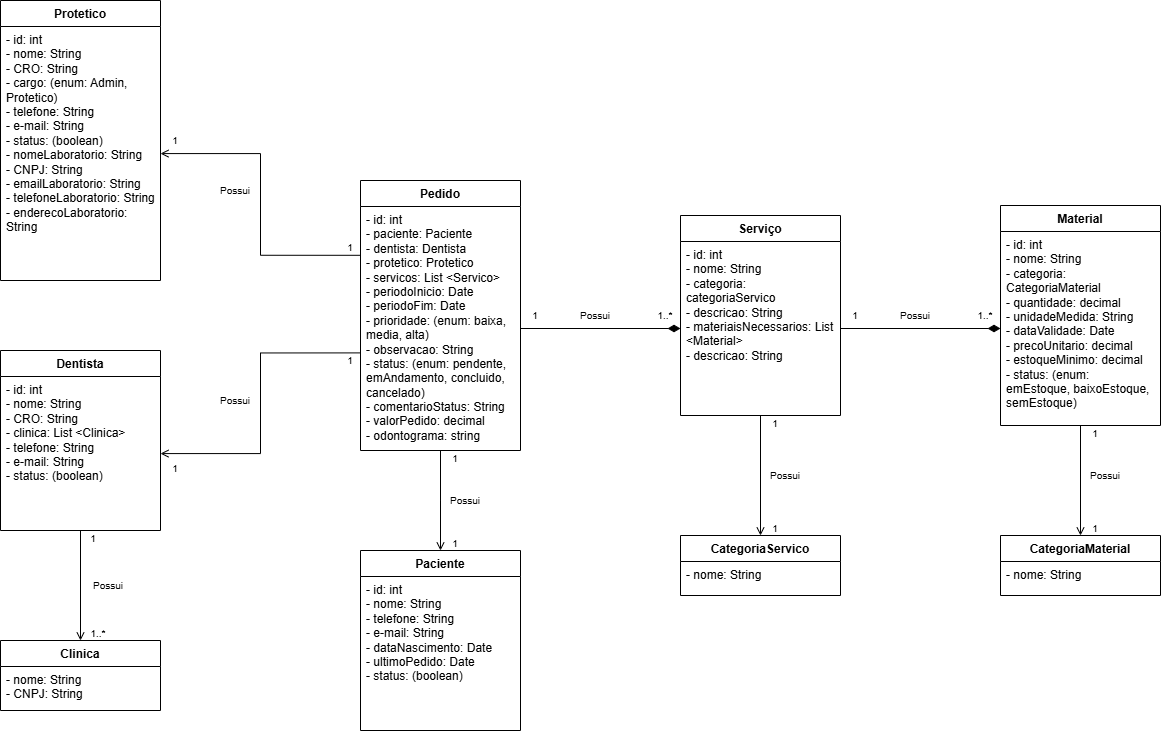
dental-sync/dental-sync keeps this draw.io diagram as diagramas/imgs/diagrama_classe.drawio.png. Above is the earlier version. Source tidied: cells renumbered, new cells last; positions are measured from the earlier drawing's top-left corner, leaving out a move shared by most shapes. The source it was exported from:
```xml
<mxGraphModel>
  <root>
    <mxCell id="0" />
    <mxCell id="1" parent="0" />
    <mxCell id="2" value="Protetico" style="swimlane;fontStyle=1;align=center;verticalAlign=top;horizontal=1;startSize=26;whiteSpace=wrap;html=1;" parent="1" vertex="1">
      <mxGeometry width="160" height="280" as="geometry" />
    </mxCell>
    <mxCell id="3" value="- id: int&lt;div&gt;- nome: String&lt;/div&gt;&lt;div&gt;- CRO: String&lt;/div&gt;&lt;div&gt;- cargo: (enum: Admin, Protetico)&lt;/div&gt;&lt;div&gt;- telefone: String&lt;/div&gt;&lt;div&gt;- e-mail: String&lt;/div&gt;&lt;div&gt;- status: (boolean)&lt;/div&gt;&lt;div&gt;&lt;div&gt;- nomeLaboratorio: String&lt;/div&gt;&lt;div&gt;- CNPJ: String&lt;/div&gt;&lt;div&gt;- emailLaboratorio: String&lt;/div&gt;&lt;div&gt;- telefoneLaboratorio: String&lt;/div&gt;&lt;div&gt;-&amp;nbsp;&lt;span style=&quot;background-color: transparent; color: light-dark(rgb(0, 0, 0), rgb(255, 255, 255));&quot;&gt;enderecoLaboratorio: String&lt;/span&gt;&lt;/div&gt;&lt;/div&gt;" style="text;strokeColor=none;fillColor=none;align=left;verticalAlign=top;spacingLeft=4;spacingRight=4;overflow=hidden;points=[[0,0.5],[1,0.5]];portConstraint=eastwest;whiteSpace=wrap;html=1;" parent="2" vertex="1">
      <mxGeometry y="26" width="160" height="254" as="geometry" />
    </mxCell>
    <mxCell id="4" value="Dentista" style="swimlane;fontStyle=1;align=center;verticalAlign=top;horizontal=1;startSize=26;whiteSpace=wrap;html=1;" parent="1" vertex="1">
      <mxGeometry y="350" width="160" height="180" as="geometry" />
    </mxCell>
    <mxCell id="5" value="- id: int&lt;div&gt;- nome: String&lt;/div&gt;&lt;div&gt;- CRO: String&lt;/div&gt;&lt;div&gt;- clinica: List &amp;lt;Clinica&amp;gt;&lt;/div&gt;&lt;div&gt;- telefone: String&lt;/div&gt;&lt;div&gt;- e-mail: String&lt;/div&gt;&lt;div&gt;- status: (boolean)&lt;/div&gt;" style="text;strokeColor=none;fillColor=none;align=left;verticalAlign=top;spacingLeft=4;spacingRight=4;overflow=hidden;points=[[0,0.5,0,0,0],[0.5,1,0,0,0],[1,0.5,0,0,0]];portConstraint=eastwest;whiteSpace=wrap;html=1;" parent="4" vertex="1">
      <mxGeometry y="26" width="160" height="154" as="geometry" />
    </mxCell>
    <mxCell id="6" value="Paciente" style="swimlane;fontStyle=1;align=center;verticalAlign=top;horizontal=1;startSize=26;whiteSpace=wrap;html=1;" parent="1" vertex="1">
      <mxGeometry x="360" y="550" width="160" height="180" as="geometry" />
    </mxCell>
    <mxCell id="7" value="- id: int&lt;div&gt;- nome: String&lt;/div&gt;&lt;div&gt;- telefone: String&lt;/div&gt;&lt;div&gt;- e-mail: String&lt;/div&gt;&lt;div&gt;- dataNascimento: Date&lt;/div&gt;&lt;div&gt;- ultimoPedido: Date&lt;/div&gt;&lt;div&gt;- status: (boolean)&lt;/div&gt;" style="text;strokeColor=none;fillColor=none;align=left;verticalAlign=top;spacingLeft=4;spacingRight=4;overflow=hidden;whiteSpace=wrap;html=1;" parent="6" vertex="1">
      <mxGeometry y="26" width="160" height="154" as="geometry" />
    </mxCell>
    <mxCell id="8" value="Material" style="swimlane;fontStyle=1;align=center;verticalAlign=top;horizontal=1;startSize=26;whiteSpace=wrap;html=1;" parent="1" vertex="1">
      <mxGeometry x="1000" y="205" width="160" height="220" as="geometry" />
    </mxCell>
    <mxCell id="9" value="- id: int&lt;div&gt;- nome: String&lt;/div&gt;&lt;div&gt;- categoria: CategoriaMaterial&lt;/div&gt;&lt;div&gt;- quantidade: decimal&lt;/div&gt;&lt;div&gt;- unidadeMedida: String&lt;/div&gt;&lt;div&gt;- dataValidade: Date&lt;/div&gt;&lt;div&gt;- precoUnitario: decimal&lt;/div&gt;&lt;div&gt;- estoqueMinimo: decimal&lt;/div&gt;&lt;div&gt;- status: (enum: emEstoque, baixoEstoque, semEstoque)&lt;/div&gt;" style="text;strokeColor=none;fillColor=none;align=left;verticalAlign=top;spacingLeft=4;spacingRight=4;overflow=hidden;points=[[0,0.5,0,0,0],[0.5,1,0,0,0],[1,0.5,0,0,0]];portConstraint=eastwest;whiteSpace=wrap;html=1;" parent="8" vertex="1">
      <mxGeometry y="26" width="160" height="194" as="geometry" />
    </mxCell>
    <mxCell id="10" value="Serviço" style="swimlane;fontStyle=1;align=center;verticalAlign=top;horizontal=1;startSize=26;whiteSpace=wrap;html=1;" parent="1" vertex="1">
      <mxGeometry x="680" y="215" width="160" height="200" as="geometry" />
    </mxCell>
    <mxCell id="11" value="- id: int&lt;div&gt;- nome: String&lt;/div&gt;&lt;div&gt;- categoria: categoriaServico&lt;br&gt;&lt;/div&gt;&lt;div&gt;- descricao: String&lt;/div&gt;&lt;div&gt;- materiaisNecessarios: List &amp;lt;Material&amp;gt;&lt;/div&gt;&lt;div&gt;- descricao: String&lt;/div&gt;" style="text;strokeColor=none;fillColor=none;align=left;verticalAlign=top;spacingLeft=4;spacingRight=4;overflow=hidden;points=[[0,0.5,0,0,0],[0.5,1,0,0,0],[1,0.5,0,0,0]];portConstraint=eastwest;whiteSpace=wrap;html=1;" parent="10" vertex="1">
      <mxGeometry y="26" width="160" height="174" as="geometry" />
    </mxCell>
    <mxCell id="12" value="Pedido" style="swimlane;fontStyle=1;align=center;verticalAlign=top;horizontal=1;startSize=26;whiteSpace=wrap;html=1;" parent="1" vertex="1">
      <mxGeometry x="360" y="180" width="160" height="270" as="geometry" />
    </mxCell>
    <mxCell id="13" value="- id: int&lt;div&gt;- paciente: Paciente&lt;/div&gt;&lt;div&gt;- dentista: Dentista&lt;/div&gt;&lt;div&gt;- protetico: Protetico&lt;/div&gt;&lt;div&gt;- servicos: List &amp;lt;Servico&amp;gt;&lt;/div&gt;&lt;div&gt;- periodoInicio: Date&lt;/div&gt;&lt;div&gt;- periodoFim: Date&lt;/div&gt;&lt;div&gt;- prioridade: (enum: baixa, media, alta)&lt;/div&gt;&lt;div&gt;- observacao: String&lt;/div&gt;&lt;div&gt;- status: (enum: pendente, emAndamento, concluido, cancelado)&lt;/div&gt;&lt;div&gt;- comentarioStatus: String&lt;/div&gt;&lt;div&gt;- valorPedido: decimal&lt;/div&gt;&lt;div&gt;- odontograma: string&lt;/div&gt;" style="text;strokeColor=none;fillColor=none;align=left;verticalAlign=top;spacingLeft=4;spacingRight=4;overflow=hidden;points=[[0,0.2,0,0,0],[0,0.4,0,0,0],[0,0.5,0,0,0],[0,0.6,0,0,0],[0,0.8,0,0,0],[0.5,1,0,0,0],[1,0.5,0,0,0]];portConstraint=eastwest;whiteSpace=wrap;html=1;" parent="12" vertex="1">
      <mxGeometry y="26" width="160" height="244" as="geometry" />
    </mxCell>
    <mxCell id="14" value="CategoriaMaterial" style="swimlane;fontStyle=1;align=center;verticalAlign=top;horizontal=1;startSize=26;whiteSpace=wrap;html=1;" parent="1" vertex="1">
      <mxGeometry x="1000" y="535" width="160" height="60" as="geometry" />
    </mxCell>
    <mxCell id="15" value="- nome: String" style="text;strokeColor=none;fillColor=none;align=left;verticalAlign=top;spacingLeft=4;spacingRight=4;overflow=hidden;whiteSpace=wrap;html=1;" parent="14" vertex="1">
      <mxGeometry y="26" width="160" height="34" as="geometry" />
    </mxCell>
    <mxCell id="16" value="CategoriaServico" style="swimlane;fontStyle=1;align=center;verticalAlign=top;horizontal=1;startSize=26;whiteSpace=wrap;html=1;" parent="1" vertex="1">
      <mxGeometry x="680" y="535" width="160" height="60" as="geometry" />
    </mxCell>
    <mxCell id="17" value="- nome: String" style="text;strokeColor=none;fillColor=none;align=left;verticalAlign=top;spacingLeft=4;spacingRight=4;overflow=hidden;whiteSpace=wrap;html=1;" parent="16" vertex="1">
      <mxGeometry y="26" width="160" height="34" as="geometry" />
    </mxCell>
    <mxCell id="18" value="Clinica" style="swimlane;fontStyle=1;align=center;verticalAlign=top;horizontal=1;startSize=26;whiteSpace=wrap;html=1;" parent="1" vertex="1">
      <mxGeometry y="640" width="160" height="70" as="geometry" />
    </mxCell>
    <mxCell id="19" value="- nome: String&lt;div&gt;- CNPJ: String&lt;/div&gt;" style="text;strokeColor=none;fillColor=none;align=left;verticalAlign=top;spacingLeft=4;spacingRight=4;overflow=hidden;whiteSpace=wrap;html=1;" parent="18" vertex="1">
      <mxGeometry y="26" width="160" height="44" as="geometry" />
    </mxCell>
    <mxCell id="20" value="Possui" style="text;html=1;align=center;verticalAlign=middle;whiteSpace=wrap;rounded=0;fontSize=10;" parent="1" vertex="1">
      <mxGeometry x="83" y="575" width="50" height="20" as="geometry" />
    </mxCell>
    <mxCell id="21" style="edgeStyle=orthogonalEdgeStyle;rounded=0;jettySize=auto;html=1;entryX=0.5;entryY=1;entryDx=0;entryDy=0;entryPerimeter=0;endArrow=none;startFill=0;startArrow=open;" parent="1" edge="1" source="18" target="5">
      <mxGeometry relative="1" as="geometry" />
    </mxCell>
    <mxCell id="22" style="edgeStyle=orthogonalEdgeStyle;rounded=0;jettySize=auto;html=1;entryX=0.5;entryY=1;entryDx=0;entryDy=0;entryPerimeter=0;endArrow=none;startFill=0;startArrow=open;" parent="1" edge="1" source="6">
      <mxGeometry relative="1" as="geometry">
        <mxPoint x="440" y="450" as="targetPoint" />
      </mxGeometry>
    </mxCell>
    <mxCell id="23" value="Possui" style="text;html=1;align=center;verticalAlign=middle;whiteSpace=wrap;rounded=0;fontSize=10;" parent="1" vertex="1">
      <mxGeometry x="440" y="490" width="50" height="20" as="geometry" />
    </mxCell>
    <mxCell id="24" style="edgeStyle=orthogonalEdgeStyle;rounded=0;jettySize=auto;html=1;entryX=1;entryY=0.5;entryDx=0;entryDy=0;endArrow=none;startFill=1;startSize=10;startArrow=diamondThin;endFill=0;" parent="1" edge="1" source="9" target="11">
      <mxGeometry relative="1" as="geometry" />
    </mxCell>
    <mxCell id="25" style="edgeStyle=orthogonalEdgeStyle;rounded=0;jettySize=auto;html=1;entryX=0.5;entryY=1;entryDx=0;entryDy=0;entryPerimeter=0;endArrow=none;startFill=0;startArrow=open;" parent="1" edge="1" source="16" target="11">
      <mxGeometry relative="1" as="geometry" />
    </mxCell>
    <mxCell id="26" style="edgeStyle=orthogonalEdgeStyle;rounded=0;jettySize=auto;html=1;entryX=0.5;entryY=1;entryDx=0;entryDy=0;entryPerimeter=0;endArrow=none;startFill=0;startArrow=open;" parent="1" edge="1" source="14" target="9">
      <mxGeometry relative="1" as="geometry" />
    </mxCell>
    <mxCell id="27" value="Possui" style="text;html=1;align=center;verticalAlign=middle;whiteSpace=wrap;rounded=0;fontSize=10;" parent="1" vertex="1">
      <mxGeometry x="760" y="465" width="50" height="20" as="geometry" />
    </mxCell>
    <mxCell id="28" value="Possui" style="text;html=1;align=center;verticalAlign=middle;whiteSpace=wrap;rounded=0;fontSize=10;" parent="1" vertex="1">
      <mxGeometry x="1080" y="465" width="50" height="20" as="geometry" />
    </mxCell>
    <mxCell id="29" style="edgeStyle=orthogonalEdgeStyle;rounded=0;jettySize=auto;html=1;entryX=1;entryY=0.5;entryDx=0;entryDy=0;entryPerimeter=0;endArrow=none;startFill=1;startArrow=diamondThin;startSize=10;" parent="1" edge="1" source="11" target="13">
      <mxGeometry relative="1" as="geometry" />
    </mxCell>
    <mxCell id="30" style="edgeStyle=orthogonalEdgeStyle;rounded=0;jettySize=auto;html=1;entryX=0;entryY=0.6;entryDx=0;entryDy=0;entryPerimeter=0;endArrow=none;startFill=0;startArrow=open;" parent="1" edge="1" source="5" target="13">
      <mxGeometry relative="1" as="geometry" />
    </mxCell>
    <mxCell id="31" style="edgeStyle=orthogonalEdgeStyle;rounded=0;jettySize=auto;html=1;entryX=0;entryY=0.2;entryDx=0;entryDy=0;entryPerimeter=0;startArrow=open;startFill=0;endArrow=none;" parent="1" edge="1" source="3" target="13">
      <mxGeometry relative="1" as="geometry" />
    </mxCell>
    <mxCell id="32" value="Possui" style="text;html=1;align=center;verticalAlign=middle;whiteSpace=wrap;rounded=0;fontSize=10;" parent="1" vertex="1">
      <mxGeometry x="210" y="390" width="50" height="20" as="geometry" />
    </mxCell>
    <mxCell id="33" value="Possui" style="text;html=1;align=center;verticalAlign=middle;whiteSpace=wrap;rounded=0;fontSize=10;" parent="1" vertex="1">
      <mxGeometry x="210" y="180" width="50" height="20" as="geometry" />
    </mxCell>
    <mxCell id="34" value="Possui" style="text;html=1;align=center;verticalAlign=middle;whiteSpace=wrap;rounded=0;fontSize=10;" parent="1" vertex="1">
      <mxGeometry x="570" y="305" width="50" height="20" as="geometry" />
    </mxCell>
    <mxCell id="35" value="Possui" style="text;html=1;align=center;verticalAlign=middle;whiteSpace=wrap;rounded=0;fontSize=10;" parent="1" vertex="1">
      <mxGeometry x="890" y="305" width="50" height="20" as="geometry" />
    </mxCell>
    <mxCell id="36" value="1" style="text;html=1;align=center;verticalAlign=middle;whiteSpace=wrap;rounded=0;fontSize=10;" parent="1" vertex="1">
      <mxGeometry x="520" y="307.5" width="30" height="15" as="geometry" />
    </mxCell>
    <mxCell id="37" value="1..*" style="text;html=1;align=center;verticalAlign=middle;whiteSpace=wrap;rounded=0;fontSize=10;" parent="1" vertex="1">
      <mxGeometry x="650" y="307.5" width="30" height="15" as="geometry" />
    </mxCell>
    <mxCell id="38" value="1" style="text;html=1;align=center;verticalAlign=middle;whiteSpace=wrap;rounded=0;fontSize=10;" parent="1" vertex="1">
      <mxGeometry x="840" y="307.5" width="30" height="15" as="geometry" />
    </mxCell>
    <mxCell id="39" value="1..*" style="text;html=1;align=center;verticalAlign=middle;whiteSpace=wrap;rounded=0;fontSize=10;" parent="1" vertex="1">
      <mxGeometry x="970" y="307.5" width="30" height="15" as="geometry" />
    </mxCell>
    <mxCell id="40" value="1" style="text;html=1;align=center;verticalAlign=middle;whiteSpace=wrap;rounded=0;fontSize=10;" parent="1" vertex="1">
      <mxGeometry x="440" y="450" width="30" height="15" as="geometry" />
    </mxCell>
    <mxCell id="41" value="1" style="text;html=1;align=center;verticalAlign=middle;whiteSpace=wrap;rounded=0;fontSize=10;" parent="1" vertex="1">
      <mxGeometry x="440" y="535" width="30" height="15" as="geometry" />
    </mxCell>
    <mxCell id="42" value="1" style="text;html=1;align=center;verticalAlign=middle;whiteSpace=wrap;rounded=0;fontSize=10;" parent="1" vertex="1">
      <mxGeometry x="340" y="353" width="20" height="15" as="geometry" />
    </mxCell>
    <mxCell id="43" value="1" style="text;html=1;align=center;verticalAlign=middle;whiteSpace=wrap;rounded=0;fontSize=10;" parent="1" vertex="1">
      <mxGeometry x="160" y="460" width="30" height="15" as="geometry" />
    </mxCell>
    <mxCell id="44" value="1" style="text;html=1;align=center;verticalAlign=middle;whiteSpace=wrap;rounded=0;fontSize=10;" parent="1" vertex="1">
      <mxGeometry x="340" y="239" width="20" height="15" as="geometry" />
    </mxCell>
    <mxCell id="45" value="1" style="text;html=1;align=center;verticalAlign=middle;whiteSpace=wrap;rounded=0;fontSize=10;" parent="1" vertex="1">
      <mxGeometry x="160" y="132.5" width="30" height="15" as="geometry" />
    </mxCell>
    <mxCell id="46" value="1" style="text;html=1;align=center;verticalAlign=middle;whiteSpace=wrap;rounded=0;fontSize=10;" parent="1" vertex="1">
      <mxGeometry x="83" y="530" width="20" height="15" as="geometry" />
    </mxCell>
    <mxCell id="47" value="1..*" style="text;html=1;align=center;verticalAlign=middle;whiteSpace=wrap;rounded=0;fontSize=10;" parent="1" vertex="1">
      <mxGeometry x="83" y="625" width="30" height="15" as="geometry" />
    </mxCell>
    <mxCell id="48" value="1" style="text;html=1;align=center;verticalAlign=middle;whiteSpace=wrap;rounded=0;fontSize=10;" parent="1" vertex="1">
      <mxGeometry x="760" y="415" width="30" height="15" as="geometry" />
    </mxCell>
    <mxCell id="49" value="1" style="text;html=1;align=center;verticalAlign=middle;whiteSpace=wrap;rounded=0;fontSize=10;" parent="1" vertex="1">
      <mxGeometry x="760" y="520" width="30" height="15" as="geometry" />
    </mxCell>
    <mxCell id="50" value="1" style="text;html=1;align=center;verticalAlign=middle;whiteSpace=wrap;rounded=0;fontSize=10;" parent="1" vertex="1">
      <mxGeometry x="1080" y="425" width="30" height="15" as="geometry" />
    </mxCell>
    <mxCell id="51" value="1" style="text;html=1;align=center;verticalAlign=middle;whiteSpace=wrap;rounded=0;fontSize=10;" parent="1" vertex="1">
      <mxGeometry x="1080" y="520" width="30" height="15" as="geometry" />
    </mxCell>
  </root>
</mxGraphModel>
```
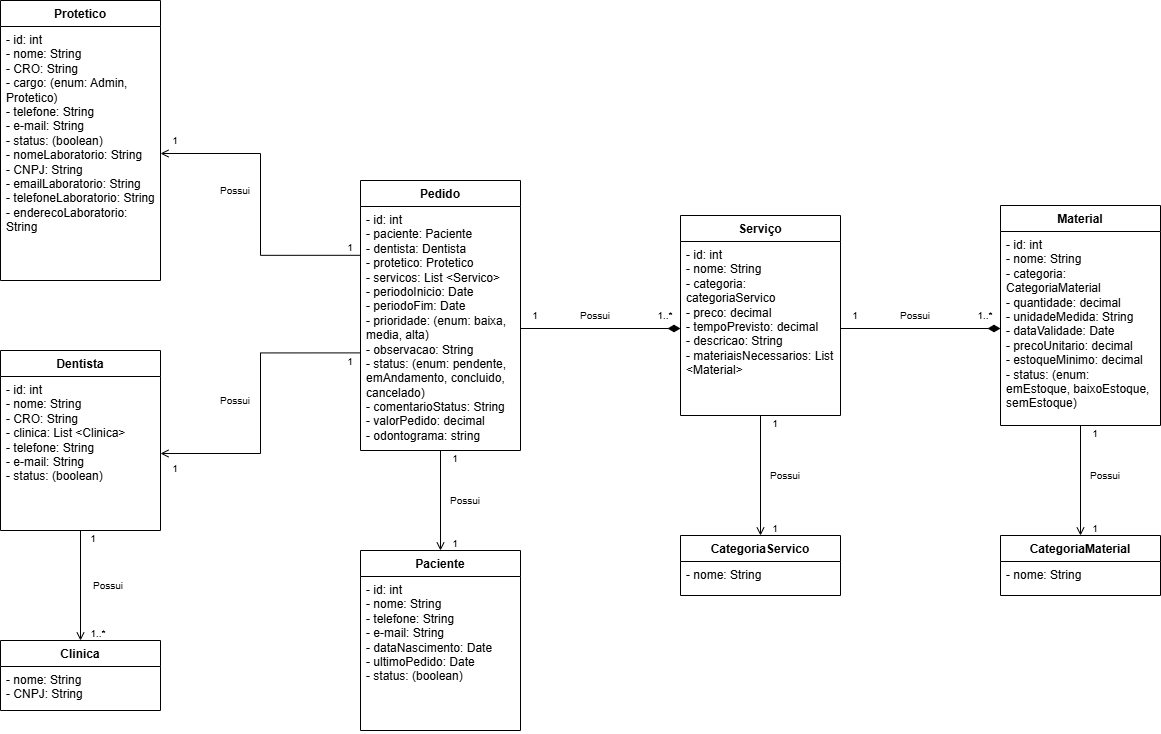
After the commit.

Commit message:
correção dos diagramas de classe e banco

What changed in the source:
```diff
@@ -29,7 +29,7 @@
     <mxCell id="10" value="Serviço" style="swimlane;fontStyle=1;align=center;verticalAlign=top;horizontal=1;startSize=26;whiteSpace=wrap;html=1;" parent="1" vertex="1">
       <mxGeometry x="680" y="215" width="160" height="200" as="geometry" />
     </mxCell>
-    <mxCell id="11" value="- id: int&lt;div&gt;- nome: String&lt;/div&gt;&lt;div&gt;- categoria: categoriaServico&lt;br&gt;&lt;/div&gt;&lt;div&gt;- descricao: String&lt;/div&gt;&lt;div&gt;- materiaisNecessarios: List &amp;lt;Material&amp;gt;&lt;/div&gt;&lt;div&gt;- descricao: String&lt;/div&gt;" style="text;strokeColor=none;fillColor=none;align=left;verticalAlign=top;spacingLeft=4;spacingRight=4;overflow=hidden;points=[[0,0.5,0,0,0],[0.5,1,0,0,0],[1,0.5,0,0,0]];portConstraint=eastwest;whiteSpace=wrap;html=1;" parent="10" vertex="1">
+    <mxCell id="11" value="- id: int&lt;div&gt;- nome: String&lt;/div&gt;&lt;div&gt;- categoria: categoriaServico&lt;br&gt;&lt;/div&gt;&lt;div&gt;- preco: decimal&lt;/div&gt;&lt;div&gt;- tempoPrevisto: decimal&lt;/div&gt;&lt;div&gt;- descricao: String&lt;/div&gt;&lt;div&gt;- materiaisNecessarios: List &amp;lt;Material&amp;gt;&lt;/div&gt;" style="text;strokeColor=none;fillColor=none;align=left;verticalAlign=top;spacingLeft=4;spacingRight=4;overflow=hidden;points=[[0,0.5,0,0,0],[0.5,1,0,0,0],[1,0.5,0,0,0]];portConstraint=eastwest;whiteSpace=wrap;html=1;" parent="10" vertex="1">
       <mxGeometry y="26" width="160" height="174" as="geometry" />
     </mxCell>
     <mxCell id="12" value="Pedido" style="swimlane;fontStyle=1;align=center;verticalAlign=top;horizontal=1;startSize=26;whiteSpace=wrap;html=1;" parent="1" vertex="1">
```
